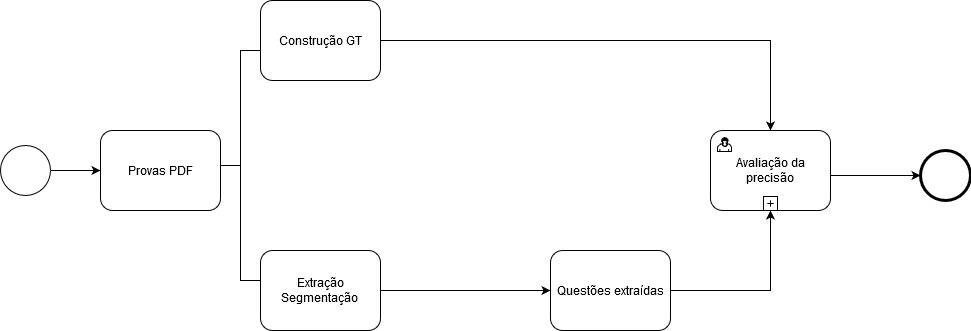
This is Untitled Diagram.png from karinawie/process-diagram, a draw.io export, as it was before one commit. Source tidied: cells renumbered, new cells last; positions are measured from the earlier drawing's top-left corner, leaving out a move shared by most shapes.
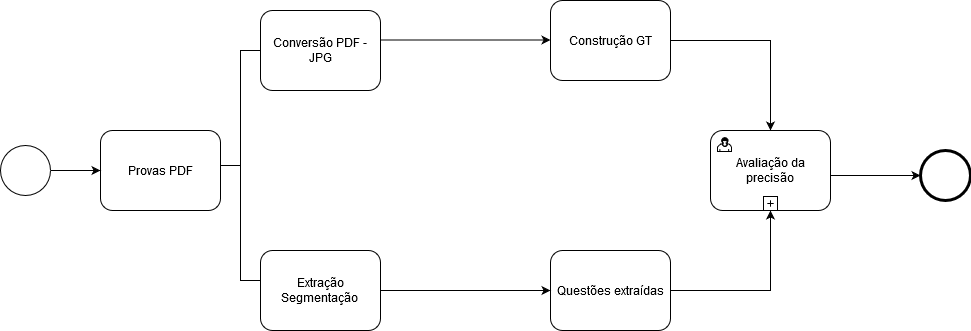
After the commit.

Diff of the diagram source:
```diff
@@ -36,7 +36,7 @@
       </mxGeometry>
     </mxCell>
     <mxCell id="10" value="Construção GT " style="html=1;whiteSpace=wrap;rounded=1;" parent="1" vertex="1">
-      <mxGeometry x="260" width="120" height="80" as="geometry" />
+      <mxGeometry x="550" width="120" height="80" as="geometry" />
     </mxCell>
     <mxCell id="11" value="&lt;div&gt;Extração Segmentação&lt;br&gt;&lt;/div&gt;" style="shape=ext;rounded=1;html=1;whiteSpace=wrap;" parent="1" vertex="1">
       <mxGeometry x="260" y="250" width="120" height="80" as="geometry" />
@@ -62,5 +62,14 @@
         <mxPoint x="-7" y="-14" as="offset" />
       </mxGeometry>
     </mxCell>
+    <mxCell id="17" value="Conversão PDF - JPG" style="html=1;whiteSpace=wrap;rounded=1;" parent="1" vertex="1">
+      <mxGeometry x="260" y="10" width="120" height="80" as="geometry" />
+    </mxCell>
+    <mxCell id="18" style="edgeStyle=orthogonalEdgeStyle;rounded=0;html=1;jettySize=auto;orthogonalLoop=1;entryX=0;entryY=0.5;entryDx=0;entryDy=0;" parent="1" edge="1">
+      <mxGeometry relative="1" as="geometry">
+        <mxPoint x="380" y="39.5" as="sourcePoint" />
+        <mxPoint x="550" y="39.5" as="targetPoint" />
+      </mxGeometry>
+    </mxCell>
   </root>
 </mxGraphModel>
```
